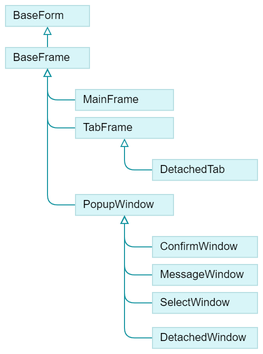
Above: docs/assets/img/classes-widget-baseframe.png in digicademy/epigraf (draw.io), before the change. Source tidied: cells renumbered, new cells last; positions are measured from the earlier drawing's top-left corner, leaving out a move shared by most shapes.
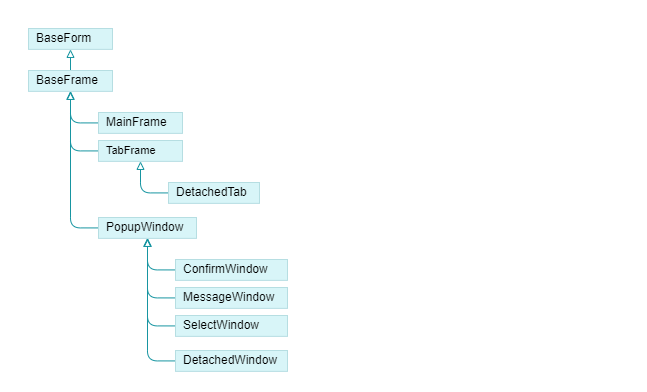
The same file after the commit.

Change to the diagram source:
```diff
@@ -2,10 +2,13 @@
   <root>
     <mxCell id="0" />
     <mxCell id="1" parent="0" />
+    <mxCell id="21" style="rounded=0;whiteSpace=wrap;html=1;strokeColor=none;" parent="1" vertex="1">
+      <mxGeometry x="-28" y="-28" width="647" height="392" as="geometry" />
+    </mxCell>
     <mxCell id="2" style="edgeStyle=orthogonalEdgeStyle;rounded=1;jettySize=auto;html=1;dashed=0;strokeColor=#1795A1;align=center;verticalAlign=middle;fontFamily=Helvetica;fontSize=11;fontColor=default;fontStyle=0;labelBackgroundColor=default;startArrow=none;endArrow=block;endFill=0;endSize=6;entryX=0.5;entryY=1;entryDx=0;entryDy=0;exitX=0.5;exitY=0;exitDx=0;exitDy=0;" parent="1" edge="1" source="7" target="3">
       <mxGeometry relative="1" as="geometry" />
     </mxCell>
-    <mxCell id="3" value="&lt;font&gt;&lt;span&gt;BaseForm&lt;/span&gt;&lt;/font&gt;" style="rounded=0;whiteSpace=wrap;html=1;fontStyle=0;fontSize=11;fillColor=#D8F5F8;strokeColor=#b6dee2;align=left;verticalAlign=middle;spacingLeft=6;fontFamily=Helvetica;fontColor=default;" parent="1" vertex="1">
+    <mxCell id="3" value="&lt;font style=&quot;font-size: 12px;&quot;&gt;&lt;span&gt;BaseForm&lt;/span&gt;&lt;/font&gt;" style="rounded=0;whiteSpace=wrap;html=1;fontStyle=0;fontSize=11;fillColor=#D8F5F8;strokeColor=#b6dee2;align=left;verticalAlign=middle;spacingLeft=6;fontFamily=Helvetica;fontColor=default;" parent="1" vertex="1">
       <mxGeometry width="84" height="20.9" as="geometry" />
     </mxCell>
     <mxCell id="4" style="edgeStyle=orthogonalEdgeStyle;rounded=1;jettySize=auto;html=1;dashed=0;strokeColor=#1795A1;align=center;verticalAlign=middle;fontFamily=Helvetica;fontSize=11;fontColor=default;fontStyle=0;labelBackgroundColor=default;startArrow=none;endArrow=block;endFill=0;endSize=6;exitX=0;exitY=0.5;exitDx=0;exitDy=0;" parent="1" edge="1" source="8" target="7">
@@ -17,17 +20,17 @@
     <mxCell id="6" style="edgeStyle=orthogonalEdgeStyle;rounded=1;jettySize=auto;html=1;dashed=0;strokeColor=#1795A1;align=center;verticalAlign=middle;fontFamily=Helvetica;fontSize=11;fontColor=default;fontStyle=0;labelBackgroundColor=default;startArrow=none;endArrow=block;endFill=0;endSize=6;exitX=0;exitY=0.5;exitDx=0;exitDy=0;" parent="1" edge="1" source="15" target="7">
       <mxGeometry relative="1" as="geometry" />
     </mxCell>
-    <mxCell id="7" value="BaseFrame" style="rounded=0;whiteSpace=wrap;html=1;fontStyle=0;fontSize=11;fillColor=#D8F5F8;strokeColor=#b6dee2;align=left;verticalAlign=middle;spacingLeft=6;fontFamily=Helvetica;fontColor=default;" parent="1" vertex="1">
+    <mxCell id="7" value="&lt;font style=&quot;font-size: 12px;&quot;&gt;BaseFrame&lt;/font&gt;" style="rounded=0;whiteSpace=wrap;html=1;fontStyle=0;fontSize=11;fillColor=#D8F5F8;strokeColor=#b6dee2;align=left;verticalAlign=middle;spacingLeft=6;fontFamily=Helvetica;fontColor=default;" parent="1" vertex="1">
       <mxGeometry y="42" width="84" height="20.9" as="geometry" />
     </mxCell>
-    <mxCell id="8" value="MainFrame" style="rounded=0;whiteSpace=wrap;html=1;fontStyle=0;fontSize=11;fillColor=#D8F5F8;strokeColor=#b6dee2;align=left;verticalAlign=middle;spacingLeft=6;fontFamily=Helvetica;fontColor=default;" parent="1" vertex="1">
-      <mxGeometry x="70" y="84" width="98" height="20.9" as="geometry" />
+    <mxCell id="8" value="&lt;font style=&quot;font-size: 12px;&quot;&gt;MainFrame&lt;/font&gt;" style="rounded=0;whiteSpace=wrap;html=1;fontStyle=0;fontSize=11;fillColor=#D8F5F8;strokeColor=#b6dee2;align=left;verticalAlign=middle;spacingLeft=6;fontFamily=Helvetica;fontColor=default;" parent="1" vertex="1">
+      <mxGeometry x="70" y="84" width="84" height="20.9" as="geometry" />
     </mxCell>
     <mxCell id="9" style="edgeStyle=orthogonalEdgeStyle;rounded=1;jettySize=auto;html=1;dashed=0;strokeColor=#1795A1;align=center;verticalAlign=middle;fontFamily=Helvetica;fontSize=11;fontColor=default;fontStyle=0;labelBackgroundColor=default;startArrow=none;endArrow=block;endFill=0;endSize=6;exitX=0;exitY=0.5;exitDx=0;exitDy=0;" parent="1" edge="1" source="20" target="10">
       <mxGeometry relative="1" as="geometry" />
     </mxCell>
     <mxCell id="10" value="TabFrame" style="rounded=0;whiteSpace=wrap;html=1;fontStyle=0;fontSize=11;fillColor=#D8F5F8;strokeColor=#b6dee2;align=left;verticalAlign=middle;spacingLeft=6;fontFamily=Helvetica;fontColor=default;" parent="1" vertex="1">
-      <mxGeometry x="70" y="112" width="98" height="20.9" as="geometry" />
+      <mxGeometry x="70" y="112" width="84" height="20.9" as="geometry" />
     </mxCell>
     <mxCell id="11" style="edgeStyle=orthogonalEdgeStyle;rounded=1;jettySize=auto;html=1;dashed=0;strokeColor=#1795A1;align=center;verticalAlign=middle;fontFamily=Helvetica;fontSize=11;fontColor=default;fontStyle=0;labelBackgroundColor=default;startArrow=none;endArrow=block;endFill=0;endSize=6;exitX=0;exitY=0.5;exitDx=0;exitDy=0;" parent="1" edge="1" source="16" target="15">
       <mxGeometry relative="1" as="geometry" />
@@ -45,23 +48,23 @@
         </Array>
       </mxGeometry>
     </mxCell>
-    <mxCell id="15" value="PopupWindow" style="rounded=0;whiteSpace=wrap;html=1;fontStyle=0;fontSize=11;fillColor=#D8F5F8;strokeColor=#b6dee2;align=left;verticalAlign=middle;spacingLeft=6;fontFamily=Helvetica;fontColor=default;" parent="1" vertex="1">
+    <mxCell id="15" value="&lt;font style=&quot;font-size: 12px;&quot;&gt;PopupWindow&lt;/font&gt;" style="rounded=0;whiteSpace=wrap;html=1;fontStyle=0;fontSize=11;fillColor=#D8F5F8;strokeColor=#b6dee2;align=left;verticalAlign=middle;spacingLeft=6;fontFamily=Helvetica;fontColor=default;" parent="1" vertex="1">
       <mxGeometry x="70" y="189" width="98" height="20.9" as="geometry" />
     </mxCell>
-    <mxCell id="16" value="ConfirmWindow" style="rounded=0;whiteSpace=wrap;html=1;fontStyle=0;fontSize=11;fillColor=#D8F5F8;strokeColor=#b6dee2;align=left;verticalAlign=middle;spacingLeft=6;fontFamily=Helvetica;fontColor=default;" parent="1" vertex="1">
-      <mxGeometry x="147" y="231" width="105" height="20.9" as="geometry" />
+    <mxCell id="16" value="&lt;font style=&quot;font-size: 12px;&quot;&gt;ConfirmWindow&lt;/font&gt;" style="rounded=0;whiteSpace=wrap;html=1;fontStyle=0;fontSize=11;fillColor=#D8F5F8;strokeColor=#b6dee2;align=left;verticalAlign=middle;spacingLeft=6;fontFamily=Helvetica;fontColor=default;" parent="1" vertex="1">
+      <mxGeometry x="147" y="231" width="112" height="20.9" as="geometry" />
     </mxCell>
-    <mxCell id="17" value="MessageWindow" style="rounded=0;whiteSpace=wrap;html=1;fontStyle=0;fontSize=11;fillColor=#D8F5F8;strokeColor=#b6dee2;align=left;verticalAlign=middle;spacingLeft=6;fontFamily=Helvetica;fontColor=default;" parent="1" vertex="1">
-      <mxGeometry x="147" y="259" width="105" height="20.9" as="geometry" />
+    <mxCell id="17" value="&lt;font style=&quot;font-size: 12px;&quot;&gt;MessageWindow&lt;/font&gt;" style="rounded=0;whiteSpace=wrap;html=1;fontStyle=0;fontSize=11;fillColor=#D8F5F8;strokeColor=#b6dee2;align=left;verticalAlign=middle;spacingLeft=6;fontFamily=Helvetica;fontColor=default;" parent="1" vertex="1">
+      <mxGeometry x="147" y="259" width="112" height="20.9" as="geometry" />
     </mxCell>
-    <mxCell id="18" value="SelectWindow" style="rounded=0;whiteSpace=wrap;html=1;fontStyle=0;fontSize=11;fillColor=#D8F5F8;strokeColor=#b6dee2;align=left;verticalAlign=middle;spacingLeft=6;fontFamily=Helvetica;fontColor=default;" parent="1" vertex="1">
-      <mxGeometry x="147" y="287" width="105" height="20.9" as="geometry" />
+    <mxCell id="18" value="&lt;font style=&quot;font-size: 12px;&quot;&gt;SelectWindow&lt;/font&gt;" style="rounded=0;whiteSpace=wrap;html=1;fontStyle=0;fontSize=11;fillColor=#D8F5F8;strokeColor=#b6dee2;align=left;verticalAlign=middle;spacingLeft=6;fontFamily=Helvetica;fontColor=default;" parent="1" vertex="1">
+      <mxGeometry x="147" y="287" width="112" height="20.9" as="geometry" />
     </mxCell>
-    <mxCell id="19" value="DetachedWindow" style="rounded=0;whiteSpace=wrap;html=1;fontStyle=0;fontSize=11;fillColor=#D8F5F8;strokeColor=#b6dee2;align=left;verticalAlign=middle;spacingLeft=6;fontFamily=Helvetica;fontColor=default;" parent="1" vertex="1">
-      <mxGeometry x="147" y="322" width="105" height="20.9" as="geometry" />
+    <mxCell id="19" value="&lt;font style=&quot;font-size: 12px;&quot;&gt;DetachedWindow&lt;/font&gt;" style="rounded=0;whiteSpace=wrap;html=1;fontStyle=0;fontSize=11;fillColor=#D8F5F8;strokeColor=#b6dee2;align=left;verticalAlign=middle;spacingLeft=6;fontFamily=Helvetica;fontColor=default;" parent="1" vertex="1">
+      <mxGeometry x="147" y="322" width="112" height="20.9" as="geometry" />
     </mxCell>
-    <mxCell id="20" value="DetachedTab" style="rounded=0;whiteSpace=wrap;html=1;fontStyle=0;fontSize=11;fillColor=#D8F5F8;strokeColor=#b6dee2;align=left;verticalAlign=middle;spacingLeft=6;fontFamily=Helvetica;fontColor=default;" parent="1" vertex="1">
-      <mxGeometry x="147" y="154" width="105" height="20.9" as="geometry" />
+    <mxCell id="20" value="&lt;font style=&quot;font-size: 12px;&quot;&gt;DetachedTab&lt;/font&gt;" style="rounded=0;whiteSpace=wrap;html=1;fontStyle=0;fontSize=11;fillColor=#D8F5F8;strokeColor=#b6dee2;align=left;verticalAlign=middle;spacingLeft=6;fontFamily=Helvetica;fontColor=default;" parent="1" vertex="1">
+      <mxGeometry x="140" y="154" width="91" height="20.9" as="geometry" />
     </mxCell>
   </root>
 </mxGraphModel>
```
